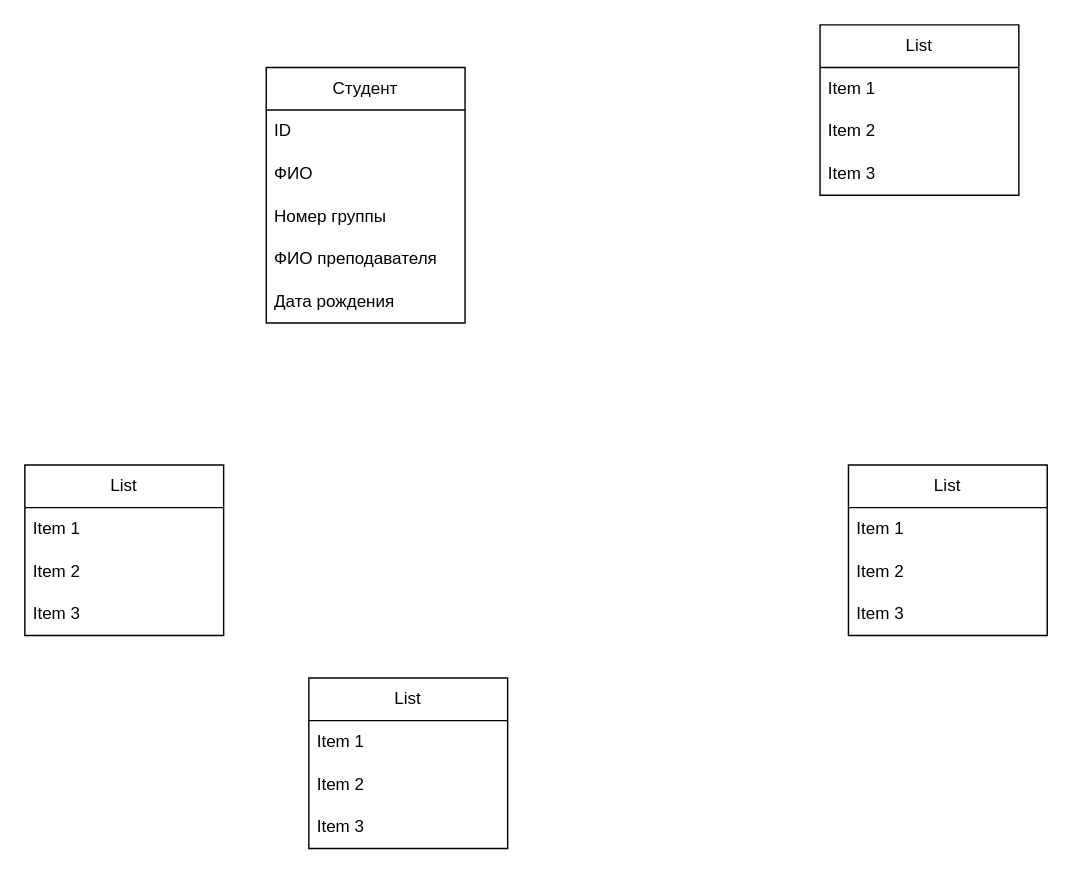
Earlier version of the draw.io diagram stydenti.drawio (foreverhermit/Infobase-2). Source tidied: cells renumbered, new cells numbered last; positions are measured from the earlier drawing's top-left corner, leaving out a move shared by most shapes. Both pictures are drawn from the tidied source at 142%, with x=0, y=0 at pixel (24, 24).
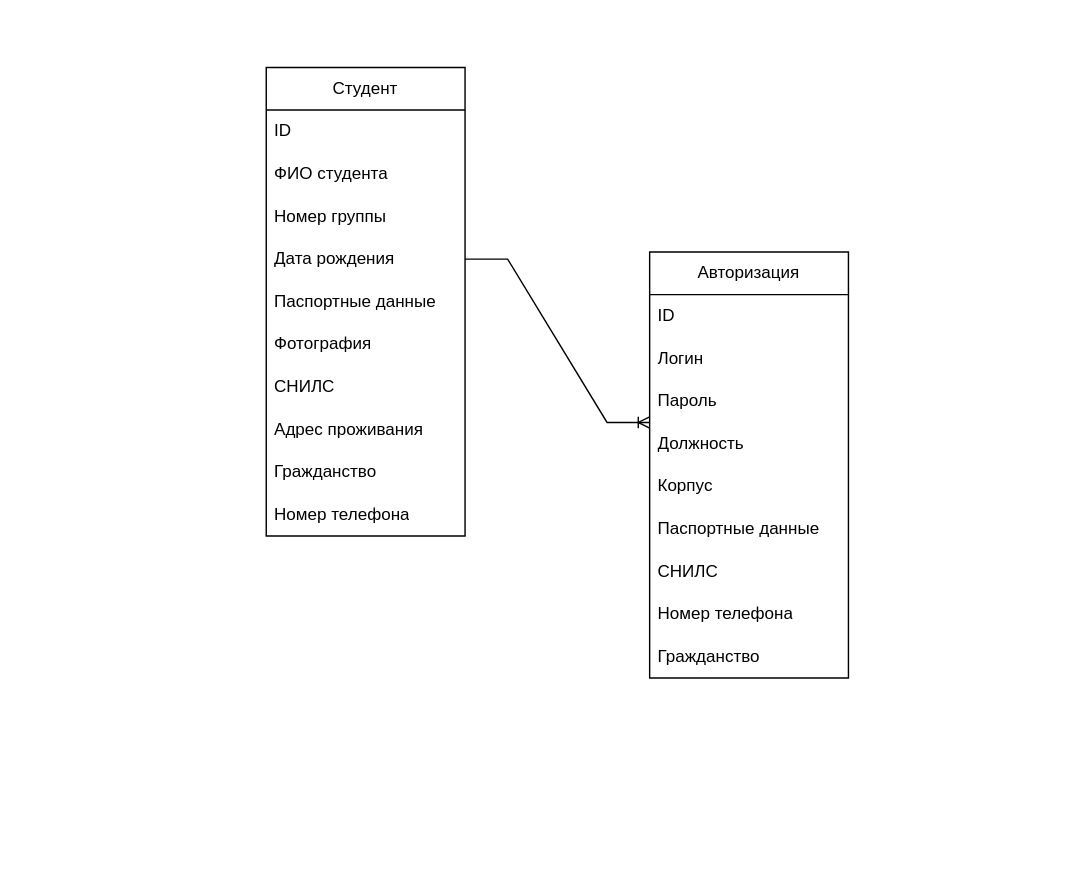
Above is the later version.

Change to the diagram source:
```diff
@@
     <mxCell id="2" value="Студент" style="swimlane;fontStyle=0;horizontal=1;startSize=30;whiteSpace=wrap;html=1;" parent="1" vertex="1">
-      <mxGeometry x="170" y="30" width="140" height="180" as="geometry" />
+      <mxGeometry x="170" y="30" width="140" height="330" as="geometry" />
     </mxCell>
@@
-    <mxCell id="4" value="ФИО" style="text;strokeColor=none;fillColor=none;align=left;verticalAlign=middle;spacingLeft=4;spacingRight=4;overflow=hidden;whiteSpace=wrap;html=1;" parent="2" vertex="1">
+    <mxCell id="4" value="ФИО студента" style="text;strokeColor=none;fillColor=none;align=left;verticalAlign=middle;spacingLeft=4;spacingRight=4;overflow=hidden;whiteSpace=wrap;html=1;" parent="2" vertex="1">
       <mxGeometry y="60" width="140" height="30" as="geometry" />
     </mxCell>
@@
-    <mxCell id="6" value="ФИО преподавателя" style="text;strokeColor=none;fillColor=none;align=left;verticalAlign=middle;spacingLeft=4;spacingRight=4;overflow=hidden;whiteSpace=wrap;html=1;" parent="2" vertex="1">
-      <mxGeometry y="120" width="140" height="30" as="geometry" />
-    </mxCell>
     <mxCell id="7" value="Дата рождения" style="text;strokeColor=none;fillColor=none;align=left;verticalAlign=middle;spacingLeft=4;spacingRight=4;overflow=hidden;points=[[0,0.5],[1,0.5]];portConstraint=eastwest;whiteSpace=wrap;html=1;" parent="2" vertex="1">
-      <mxGeometry y="150" width="140" height="30" as="geometry" />
+      <mxGeometry y="120" width="140" height="30" as="geometry" />
     </mxCell>
-    <mxCell id="8" value="List" style="swimlane;fontStyle=0;horizontal=1;startSize=30;whiteSpace=wrap;html=1;" parent="1" vertex="1">
-      <mxGeometry x="200" y="460" width="140" height="120" as="geometry" />
-    </mxCell>
-    <mxCell id="9" value="Item 1" style="text;strokeColor=none;fillColor=none;align=left;verticalAlign=middle;spacingLeft=4;spacingRight=4;overflow=hidden;whiteSpace=wrap;html=1;" parent="8" vertex="1">
-      <mxGeometry y="30" width="140" height="30" as="geometry" />
-    </mxCell>
-    <mxCell id="10" value="Item 2" style="text;strokeColor=none;fillColor=none;align=left;verticalAlign=middle;spacingLeft=4;spacingRight=4;overflow=hidden;whiteSpace=wrap;html=1;" parent="8" vertex="1">
-      <mxGeometry y="60" width="140" height="30" as="geometry" />
-    </mxCell>
-    <mxCell id="11" value="Item 3" style="text;strokeColor=none;fillColor=none;align=left;verticalAlign=middle;spacingLeft=4;spacingRight=4;overflow=hidden;whiteSpace=wrap;html=1;" parent="8" vertex="1">
-      <mxGeometry y="90" width="140" height="30" as="geometry" />
-    </mxCell>
-    <mxCell id="12" value="List" style="swimlane;fontStyle=0;horizontal=1;startSize=30;whiteSpace=wrap;html=1;" parent="1" vertex="1">
-      <mxGeometry x="560" width="140" height="120" as="geometry" />
-    </mxCell>
-    <mxCell id="13" value="Item 1" style="text;strokeColor=none;fillColor=none;align=left;verticalAlign=middle;spacingLeft=4;spacingRight=4;overflow=hidden;whiteSpace=wrap;html=1;" parent="12" vertex="1">
-      <mxGeometry y="30" width="140" height="30" as="geometry" />
-    </mxCell>
-    <mxCell id="14" value="Item 2" style="text;strokeColor=none;fillColor=none;align=left;verticalAlign=middle;spacingLeft=4;spacingRight=4;overflow=hidden;whiteSpace=wrap;html=1;" parent="12" vertex="1">
-      <mxGeometry y="60" width="140" height="30" as="geometry" />
-    </mxCell>
-    <mxCell id="15" value="Item 3" style="text;strokeColor=none;fillColor=none;align=left;verticalAlign=middle;spacingLeft=4;spacingRight=4;overflow=hidden;whiteSpace=wrap;html=1;" parent="12" vertex="1">
-      <mxGeometry y="90" width="140" height="30" as="geometry" />
-    </mxCell>
-    <mxCell id="16" value="List" style="swimlane;fontStyle=0;horizontal=1;startSize=30;whiteSpace=wrap;html=1;" parent="1" vertex="1">
-      <mxGeometry y="310" width="140" height="120" as="geometry" />
-    </mxCell>
-    <mxCell id="17" value="Item 1" style="text;strokeColor=none;fillColor=none;align=left;verticalAlign=middle;spacingLeft=4;spacingRight=4;overflow=hidden;whiteSpace=wrap;html=1;" parent="16" vertex="1">
-      <mxGeometry y="30" width="140" height="30" as="geometry" />
-    </mxCell>
-    <mxCell id="18" value="Item 2" style="text;strokeColor=none;fillColor=none;align=left;verticalAlign=middle;spacingLeft=4;spacingRight=4;overflow=hidden;whiteSpace=wrap;html=1;" parent="16" vertex="1">
-      <mxGeometry y="60" width="140" height="30" as="geometry" />
-    </mxCell>
-    <mxCell id="19" value="Item 3" style="text;strokeColor=none;fillColor=none;align=left;verticalAlign=middle;spacingLeft=4;spacingRight=4;overflow=hidden;whiteSpace=wrap;html=1;" parent="16" vertex="1">
-      <mxGeometry y="90" width="140" height="30" as="geometry" />
-    </mxCell>
-    <mxCell id="20" value="List" style="swimlane;fontStyle=0;horizontal=1;startSize=30;whiteSpace=wrap;html=1;" parent="1" vertex="1">
-      <mxGeometry x="580" y="310" width="140" height="120" as="geometry" />
-    </mxCell>
-    <mxCell id="21" value="Item 1" style="text;strokeColor=none;fillColor=none;align=left;verticalAlign=middle;spacingLeft=4;spacingRight=4;overflow=hidden;whiteSpace=wrap;html=1;" parent="20" vertex="1">
-      <mxGeometry y="30" width="140" height="30" as="geometry" />
-    </mxCell>
-    <mxCell id="22" value="Item 2" style="text;strokeColor=none;fillColor=none;align=left;verticalAlign=middle;spacingLeft=4;spacingRight=4;overflow=hidden;whiteSpace=wrap;html=1;" parent="20" vertex="1">
-      <mxGeometry y="60" width="140" height="30" as="geometry" />
-    </mxCell>
-    <mxCell id="23" value="Item 3" style="text;strokeColor=none;fillColor=none;align=left;verticalAlign=middle;spacingLeft=4;spacingRight=4;overflow=hidden;whiteSpace=wrap;html=1;" parent="20" vertex="1">
-      <mxGeometry y="90" width="140" height="30" as="geometry" />
-    </mxCell>
+    <mxCell id="24" value="Паспортные данные" style="text;strokeColor=none;fillColor=none;align=left;verticalAlign=middle;spacingLeft=4;spacingRight=4;overflow=hidden;whiteSpace=wrap;html=1;" parent="2" vertex="1">
+      <mxGeometry y="150" width="140" height="30" as="geometry" />
+    </mxCell>
+    <mxCell id="25" value="Фотография" style="text;strokeColor=none;fillColor=none;align=left;verticalAlign=middle;spacingLeft=4;spacingRight=4;overflow=hidden;whiteSpace=wrap;html=1;" parent="2" vertex="1">
+      <mxGeometry y="180" width="140" height="30" as="geometry" />
+    </mxCell>
+    <mxCell id="26" value="СНИЛС" style="text;strokeColor=none;fillColor=none;align=left;verticalAlign=middle;spacingLeft=4;spacingRight=4;overflow=hidden;whiteSpace=wrap;html=1;" parent="2" vertex="1">
+      <mxGeometry y="210" width="140" height="30" as="geometry" />
+    </mxCell>
+    <mxCell id="27" value="Адрес проживания" style="text;strokeColor=none;fillColor=none;align=left;verticalAlign=middle;spacingLeft=4;spacingRight=4;overflow=hidden;whiteSpace=wrap;html=1;" parent="2" vertex="1">
+      <mxGeometry y="240" width="140" height="30" as="geometry" />
+    </mxCell>
+    <mxCell id="28" value="Гражданство" style="text;strokeColor=none;fillColor=none;align=left;verticalAlign=middle;spacingLeft=4;spacingRight=4;overflow=hidden;whiteSpace=wrap;html=1;" parent="2" vertex="1">
+      <mxGeometry y="270" width="140" height="30" as="geometry" />
+    </mxCell>
+    <mxCell id="29" value="Номер телефона" style="text;strokeColor=none;fillColor=none;align=left;verticalAlign=middle;spacingLeft=4;spacingRight=4;overflow=hidden;whiteSpace=wrap;html=1;" parent="2" vertex="1">
+      <mxGeometry y="300" width="140" height="30" as="geometry" />
+    </mxCell>
+    <mxCell id="30" value="Авторизация" style="swimlane;fontStyle=0;horizontal=1;startSize=30;whiteSpace=wrap;html=1;" parent="1" vertex="1">
+      <mxGeometry x="440" y="160" width="140" height="300" as="geometry" />
+    </mxCell>
+    <mxCell id="31" value="ID" style="text;strokeColor=none;fillColor=none;align=left;verticalAlign=middle;spacingLeft=4;spacingRight=4;overflow=hidden;whiteSpace=wrap;html=1;" parent="30" vertex="1">
+      <mxGeometry y="30" width="140" height="30" as="geometry" />
+    </mxCell>
+    <mxCell id="32" value="Логин" style="text;strokeColor=none;fillColor=none;align=left;verticalAlign=middle;spacingLeft=4;spacingRight=4;overflow=hidden;whiteSpace=wrap;html=1;" parent="30" vertex="1">
+      <mxGeometry y="60" width="140" height="30" as="geometry" />
+    </mxCell>
+    <mxCell id="33" value="Пароль" style="text;strokeColor=none;fillColor=none;align=left;verticalAlign=middle;spacingLeft=4;spacingRight=4;overflow=hidden;whiteSpace=wrap;html=1;" parent="30" vertex="1">
+      <mxGeometry y="90" width="140" height="30" as="geometry" />
+    </mxCell>
+    <mxCell id="34" value="Должность" style="text;strokeColor=none;fillColor=none;align=left;verticalAlign=middle;spacingLeft=4;spacingRight=4;overflow=hidden;points=[[0,0.5],[1,0.5]];portConstraint=eastwest;whiteSpace=wrap;html=1;" parent="30" vertex="1">
+      <mxGeometry y="120" width="140" height="30" as="geometry" />
+    </mxCell>
+    <mxCell id="35" value="Корпус" style="text;strokeColor=none;fillColor=none;align=left;verticalAlign=middle;spacingLeft=4;spacingRight=4;overflow=hidden;whiteSpace=wrap;html=1;" parent="30" vertex="1">
+      <mxGeometry y="150" width="140" height="30" as="geometry" />
+    </mxCell>
+    <mxCell id="36" value="Паспортные данные" style="text;strokeColor=none;fillColor=none;align=left;verticalAlign=middle;spacingLeft=4;spacingRight=4;overflow=hidden;whiteSpace=wrap;html=1;" parent="30" vertex="1">
+      <mxGeometry y="180" width="140" height="30" as="geometry" />
+    </mxCell>
+    <mxCell id="37" value="СНИЛС" style="text;strokeColor=none;fillColor=none;align=left;verticalAlign=middle;spacingLeft=4;spacingRight=4;overflow=hidden;whiteSpace=wrap;html=1;" parent="30" vertex="1">
+      <mxGeometry y="210" width="140" height="30" as="geometry" />
+    </mxCell>
+    <mxCell id="38" value="Номер телефона" style="text;strokeColor=none;fillColor=none;align=left;verticalAlign=middle;spacingLeft=4;spacingRight=4;overflow=hidden;whiteSpace=wrap;html=1;" parent="30" vertex="1">
+      <mxGeometry y="240" width="140" height="30" as="geometry" />
+    </mxCell>
+    <mxCell id="39" value="Гражданство" style="text;strokeColor=none;fillColor=none;align=left;verticalAlign=middle;spacingLeft=4;spacingRight=4;overflow=hidden;whiteSpace=wrap;html=1;" parent="30" vertex="1">
+      <mxGeometry y="270" width="140" height="30" as="geometry" />
+    </mxCell>
+    <mxCell id="40" style="edgeStyle=entityRelationEdgeStyle;fontSize=12;html=1;endArrow=ERoneToMany;rounded=0;entryX=0;entryY=0;entryDx=0;entryDy=0;entryPerimeter=0;" parent="1" edge="1" source="7" target="34">
+      <mxGeometry relative="1" as="geometry" />
+    </mxCell>
```
